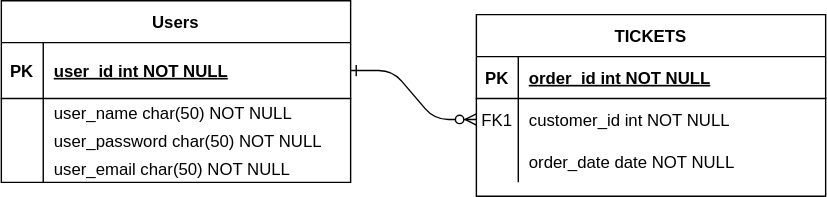
luan-ferreir4/Qhelp-DER keeps this draw.io diagram as DER/Qhelp-DER.drawio.svg. Above is the earlier version. Source tidied: cells renumbered, new cells last; positions are measured from the earlier drawing's top-left corner, leaving out a move shared by most shapes.
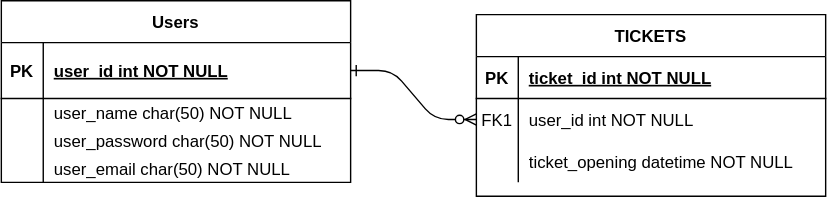
The same file after the commit.

Diff of the diagram source:
```diff
@@ -14,7 +14,7 @@
     <mxCell id="5" value="PK" style="shape=partialRectangle;overflow=hidden;fillColor=none;top=0;left=0;bottom=0;right=0;fontStyle=1;" parent="4" vertex="1">
       <mxGeometry width="30" height="30" as="geometry" />
     </mxCell>
-    <mxCell id="6" value="order_id int NOT NULL " style="shape=partialRectangle;overflow=hidden;fillColor=none;top=0;left=0;bottom=0;right=0;align=left;spacingLeft=6;fontStyle=5;" parent="4" vertex="1">
+    <mxCell id="6" value="ticket_id int NOT NULL " style="shape=partialRectangle;overflow=hidden;fillColor=none;top=0;left=0;bottom=0;right=0;align=left;spacingLeft=6;fontStyle=5;" parent="4" vertex="1">
       <mxGeometry x="30" width="220" height="30" as="geometry" />
     </mxCell>
     <mxCell id="7" style="shape=partialRectangle;fillColor=none;points=[[0,0.5],[1,0.5]];portConstraint=eastwest;top=0;left=0;right=0;bottom=0;" parent="3" vertex="1">
@@ -23,7 +23,7 @@
     <mxCell id="8" value="FK1" style="shape=partialRectangle;overflow=hidden;fillColor=none;top=0;left=0;bottom=0;right=0;" parent="7" vertex="1">
       <mxGeometry width="30" height="30" as="geometry" />
     </mxCell>
-    <mxCell id="9" value="customer_id int NOT NULL" style="shape=partialRectangle;overflow=hidden;fillColor=none;top=0;left=0;bottom=0;right=0;align=left;spacingLeft=6;" parent="7" vertex="1">
+    <mxCell id="9" value="user_id int NOT NULL" style="shape=partialRectangle;overflow=hidden;fillColor=none;top=0;left=0;bottom=0;right=0;align=left;spacingLeft=6;" parent="7" vertex="1">
       <mxGeometry x="30" width="220" height="30" as="geometry" />
     </mxCell>
     <mxCell id="10" style="shape=partialRectangle;fillColor=none;top=0;left=0;right=0;bottom=0;" parent="3" vertex="1">
@@ -32,7 +32,7 @@
     <mxCell id="11" style="shape=partialRectangle;overflow=hidden;fillColor=none;top=0;left=0;bottom=0;right=0;" parent="10" vertex="1">
       <mxGeometry width="30" height="30" as="geometry" />
     </mxCell>
-    <mxCell id="12" value="order_date date NOT NULL" style="shape=partialRectangle;overflow=hidden;fillColor=none;top=0;left=0;bottom=0;right=0;align=left;spacingLeft=6;" parent="10" vertex="1">
+    <mxCell id="12" value="ticket_opening datetime NOT NULL" style="shape=partialRectangle;overflow=hidden;fillColor=none;top=0;left=0;bottom=0;right=0;align=left;spacingLeft=6;" parent="10" vertex="1">
       <mxGeometry x="30" width="220" height="30" as="geometry" />
     </mxCell>
     <mxCell id="13" value="Users" style="shape=table;startSize=30;rowLines=0;fontStyle=1;align=center;" parent="1" vertex="1">
```
